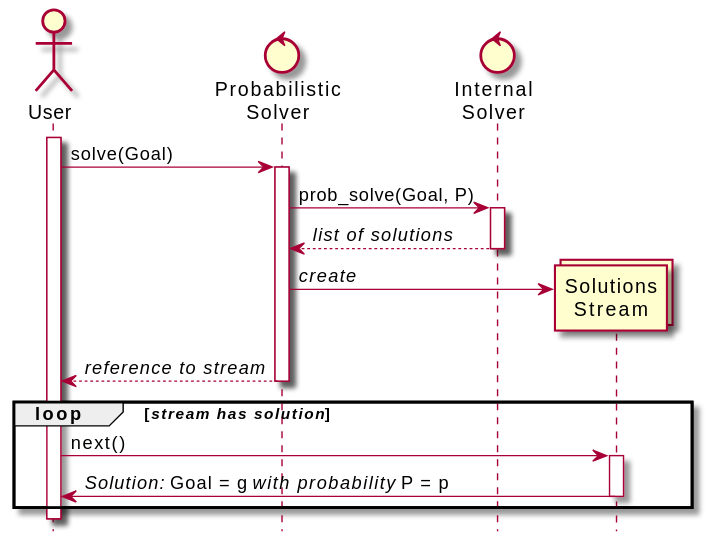
This is img/general-api.svg from gciatto-unibo/plp-aixia-2021-talk, a PlantUML export, as it was before one commit.
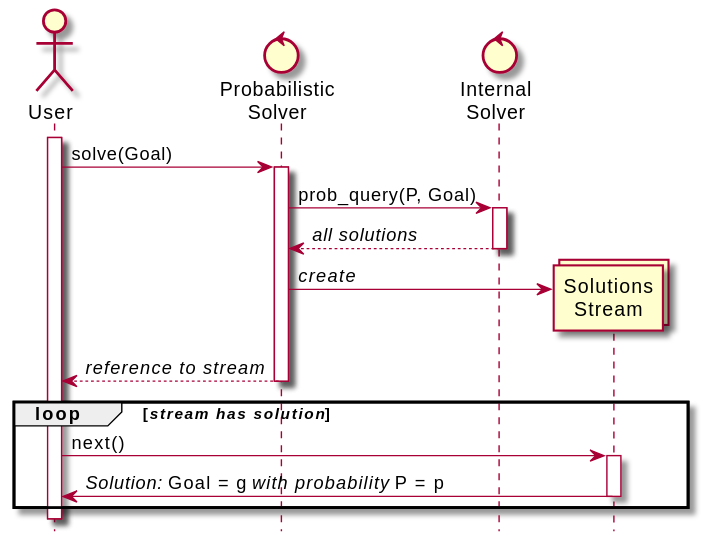
Later version of the same file.

Commit message:
#patch general-api figure

Change to the diagram source:
```diff
@@ -10,9 +10,9 @@
 User -> Solver: solve(Goal)
 activate Solver
 
-Solver -> Prolog: prob_solve(Goal, P)
+Solver -> Prolog: prob_query(P, Goal)
 activate Prolog
-Prolog --> Solver: //list of solutions//
+Prolog --> Solver: //all solutions//
 deactivate Prolog
 
 
```
